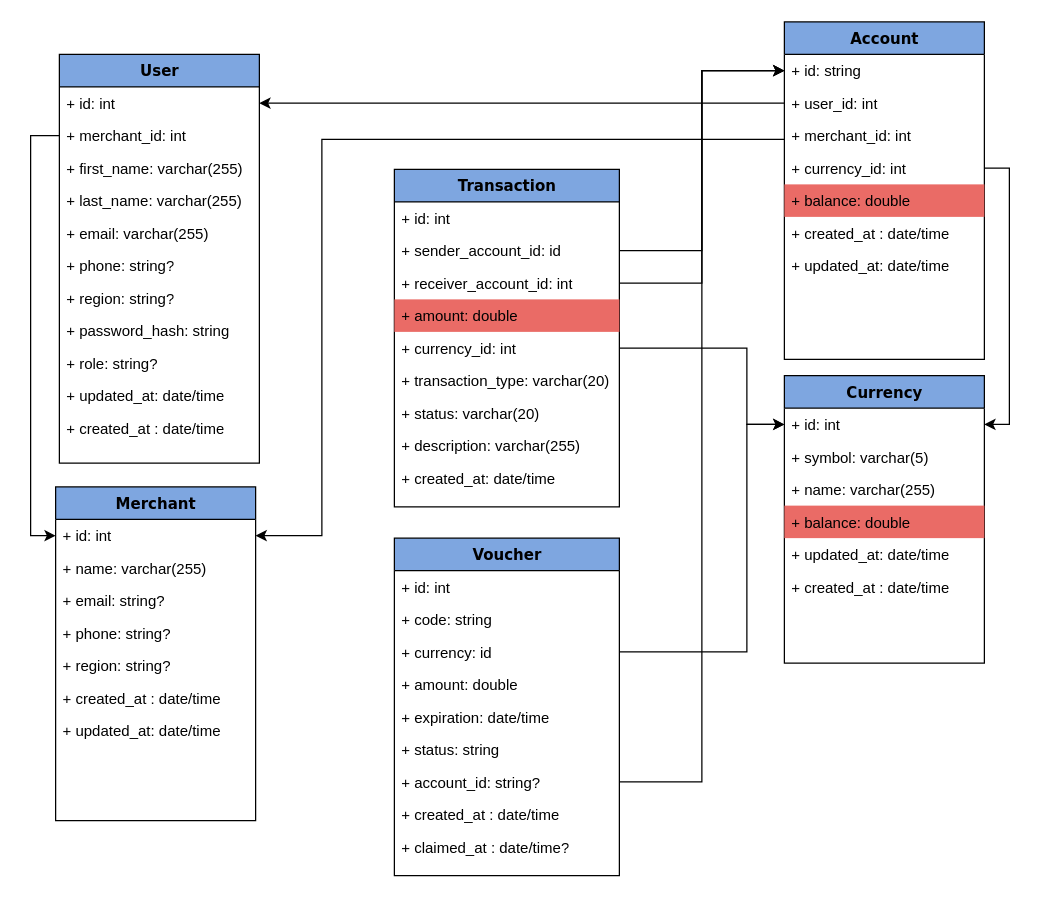
Before: docs/model3.drawio in jsomville/open-CES, a draw.io diagram. Source tidied: cells renumbered, new cells numbered last; positions are measured from the earlier drawing's top-left corner, leaving out a move shared by most shapes. Both pictures are drawn from the tidied source at 125%, with x=0, y=0 at pixel (55, 21).
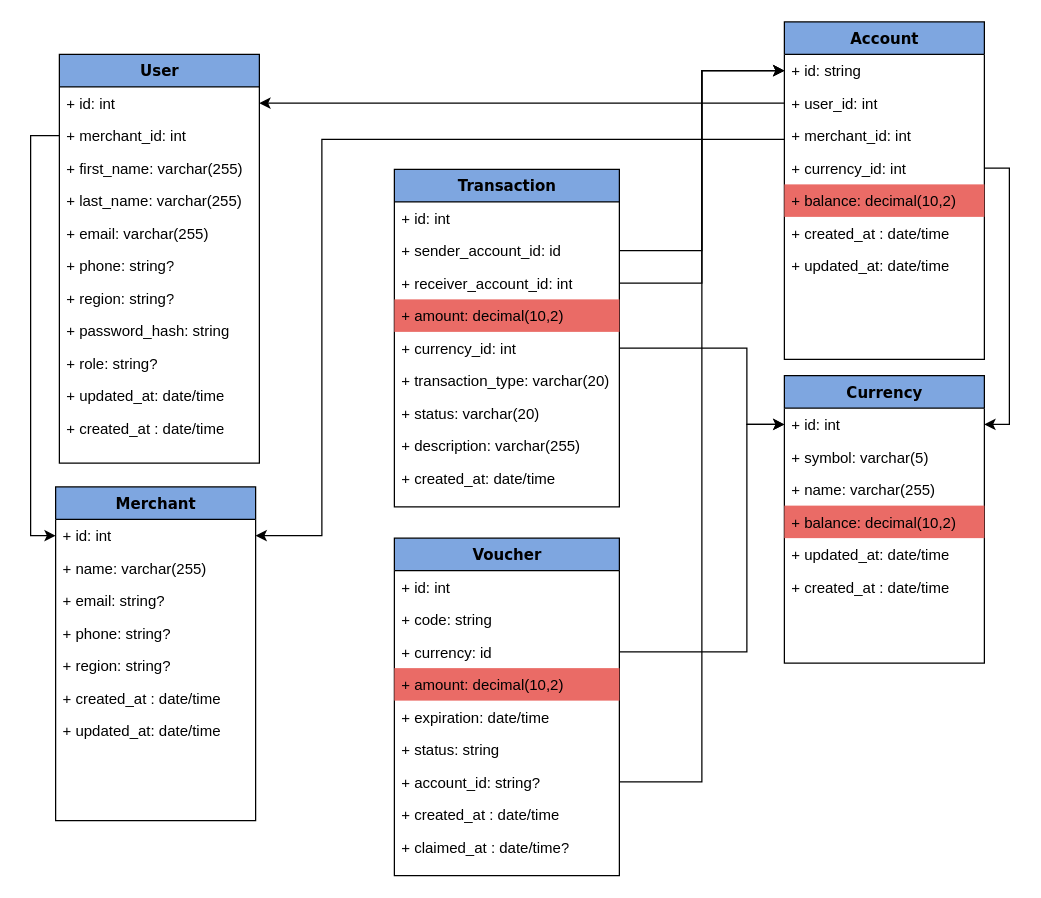
The same diagram, later.

Commit message (it also covers changes not shown here):
add decimal types

The change refers to these unchanged cells:
```xml
<mxCell id="14" value="Currency" style="swimlane;html=1;fontStyle=1;align=center;verticalAlign=top;horizontal=1;startSize=26;swimlaneFillColor=#ffffff;rounded=0;shadow=0;comic=0;labelBackgroundColor=none;strokeWidth=1;fillColor=#7EA6E0;fontFamily=Verdana;fontSize=12;" parent="1" vertex="1">
  <mxGeometry x="583" y="283" width="160" height="230" as="geometry" />
</mxCell>
<mxCell id="21" value="Account" style="swimlane;html=1;fontStyle=1;align=center;verticalAlign=top;horizontal=1;startSize=26;swimlaneFillColor=#ffffff;rounded=0;shadow=0;comic=0;labelBackgroundColor=none;strokeWidth=1;fillColor=#7EA6E0;fontFamily=Verdana;fontSize=12;" parent="1" vertex="1">
  <mxGeometry x="583" width="160" height="270" as="geometry" />
</mxCell>
<mxCell id="29" value="Voucher" style="swimlane;html=1;fontStyle=1;align=center;verticalAlign=top;horizontal=1;startSize=26;swimlaneFillColor=#ffffff;rounded=0;shadow=0;comic=0;labelBackgroundColor=none;strokeWidth=1;fillColor=#7EA6E0;fontFamily=Verdana;fontSize=12;" parent="1" vertex="1">
  <mxGeometry x="271" y="413" width="180" height="270" as="geometry" />
</mxCell>
<mxCell id="39" value="Transaction" style="swimlane;html=1;fontStyle=1;align=center;verticalAlign=top;horizontal=1;startSize=26;swimlaneFillColor=#ffffff;rounded=0;shadow=0;comic=0;labelBackgroundColor=none;strokeWidth=1;fillColor=#7EA6E0;fontFamily=Verdana;fontSize=12;" parent="1" vertex="1">
  <mxGeometry x="271" y="118" width="180" height="270" as="geometry" />
</mxCell>
```

Diff of the diagram source:
```diff
@@
-    <mxCell id="18" value="+ balance: double" style="text;html=1;strokeColor=none;fillColor=#EA6B66;align=left;verticalAlign=top;spacingLeft=4;spacingRight=4;whiteSpace=wrap;overflow=hidden;" parent="14" vertex="1">
+    <mxCell id="18" value="+ balance: decimal(10,2)" style="text;html=1;strokeColor=none;fillColor=#EA6B66;align=left;verticalAlign=top;spacingLeft=4;spacingRight=4;whiteSpace=wrap;overflow=hidden;" parent="14" vertex="1">
       <mxGeometry y="104" width="160" height="26" as="geometry" />
     </mxCell>
@@
-    <mxCell id="26" value="+ balance: double" style="text;html=1;strokeColor=none;fillColor=#EA6B66;align=left;verticalAlign=top;spacingLeft=4;spacingRight=4;whiteSpace=wrap;overflow=hidden;" parent="21" vertex="1">
+    <mxCell id="26" value="+ balance: decimal(10,2)" style="text;html=1;strokeColor=none;fillColor=#EA6B66;align=left;verticalAlign=top;spacingLeft=4;spacingRight=4;whiteSpace=wrap;overflow=hidden;" parent="21" vertex="1">
       <mxGeometry y="130" width="160" height="26" as="geometry" />
     </mxCell>
@@
-    <mxCell id="33" value="+ amount: double" style="text;html=1;strokeColor=none;fillColor=none;align=left;verticalAlign=top;spacingLeft=4;spacingRight=4;whiteSpace=wrap;overflow=hidden;" parent="29" vertex="1">
+    <mxCell id="33" value="+ amount: decimal(10,2)" style="text;html=1;strokeColor=none;fillColor=#EA6B66;align=left;verticalAlign=top;spacingLeft=4;spacingRight=4;whiteSpace=wrap;overflow=hidden;" parent="29" vertex="1">
       <mxGeometry y="104" width="180" height="26" as="geometry" />
     </mxCell>
@@
-    <mxCell id="43" value="+ amount: double" style="text;html=1;strokeColor=none;fillColor=#EA6B66;align=left;verticalAlign=top;spacingLeft=4;spacingRight=4;whiteSpace=wrap;overflow=hidden;" parent="39" vertex="1">
+    <mxCell id="43" value="+ amount: decimal(10,2)" style="text;html=1;strokeColor=none;fillColor=#EA6B66;align=left;verticalAlign=top;spacingLeft=4;spacingRight=4;whiteSpace=wrap;overflow=hidden;" parent="39" vertex="1">
       <mxGeometry y="104" width="180" height="26" as="geometry" />
     </mxCell>
```
